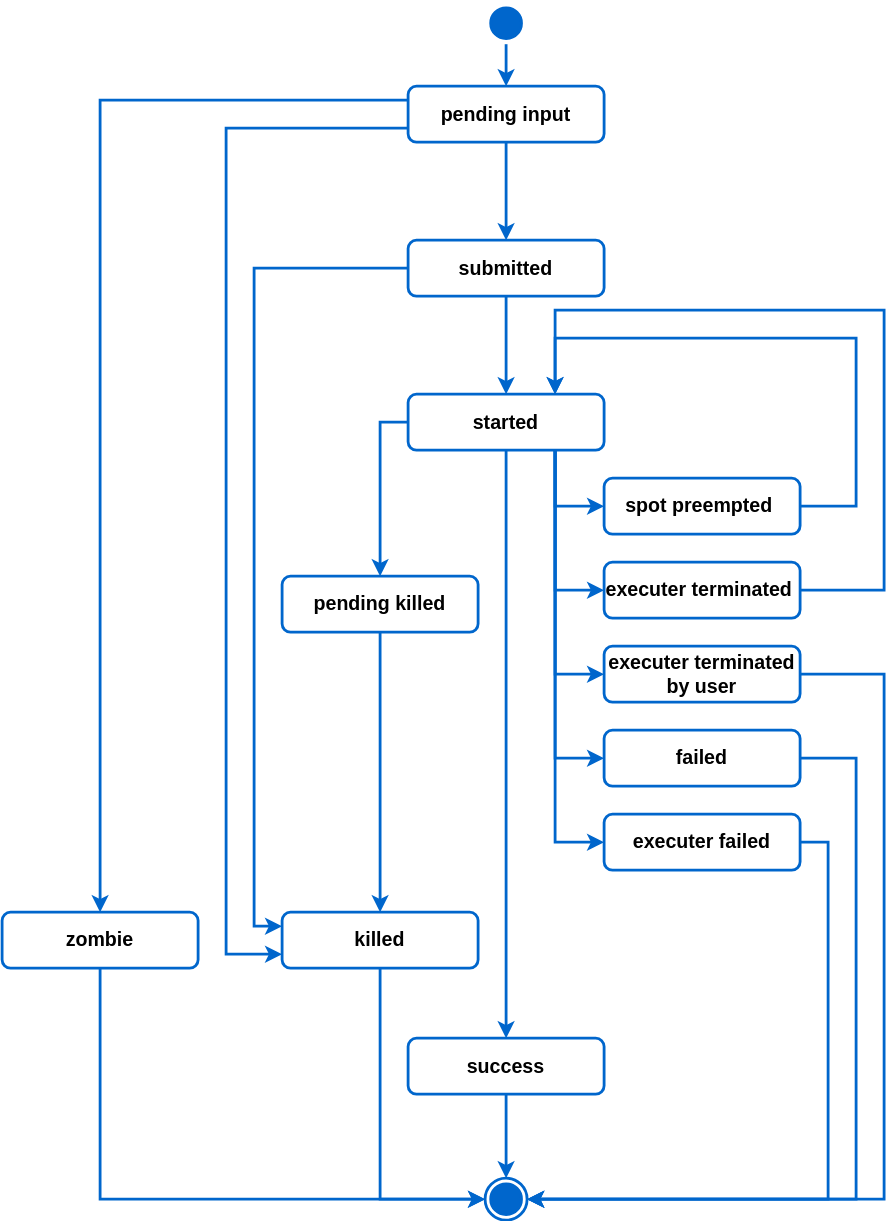
inductiva/inductiva keeps this draw.io diagram as docs/_static/task_state.svg. Above is the earlier version. Source tidied: cells renumbered, new cells last; positions are measured from the earlier drawing's top-left corner, leaving out a move shared by most shapes.
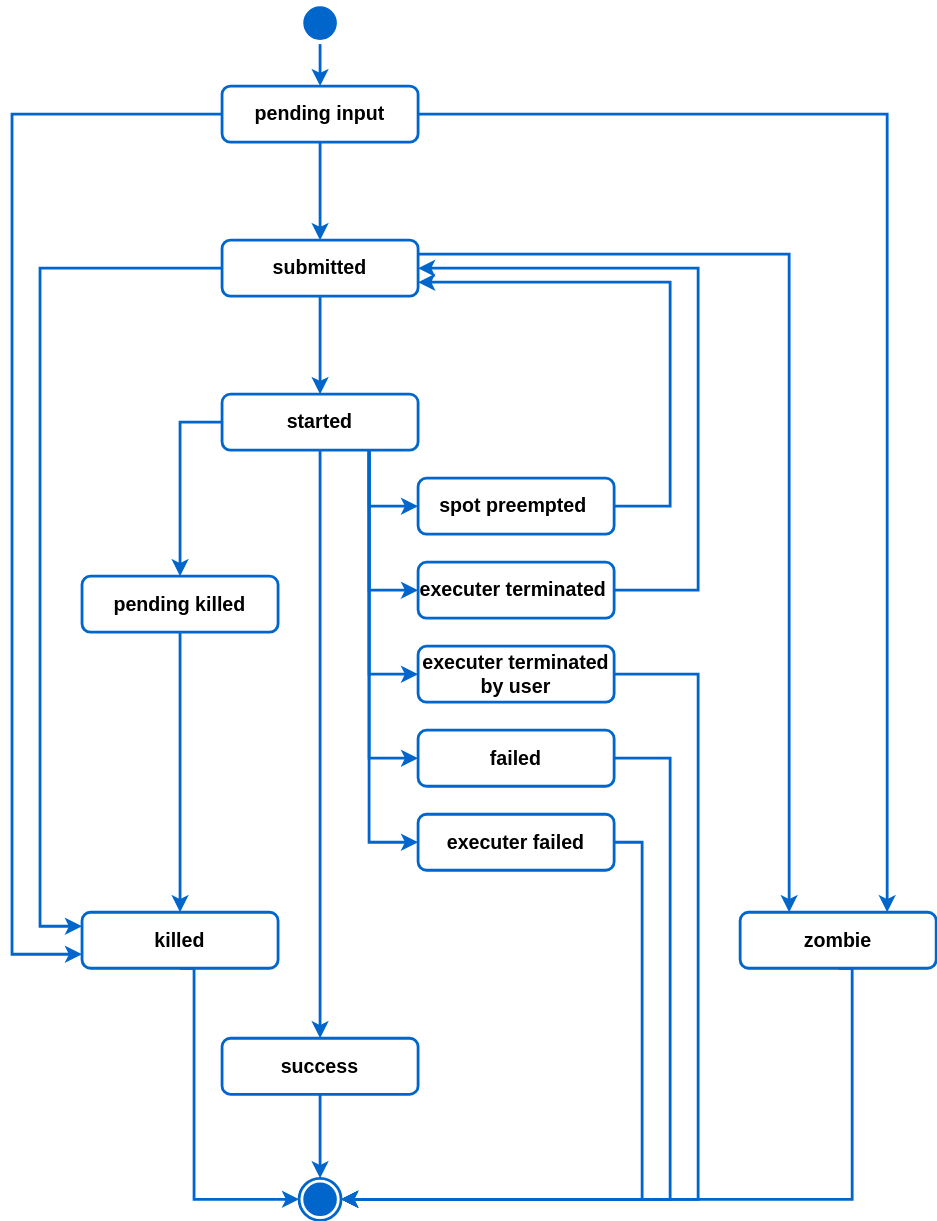
After the commit.

Commit message:
Describe Task states

What changed in the source:
```diff
@@ -2,27 +2,27 @@
   <root>
     <mxCell id="0" />
     <mxCell id="1" parent="0" />
-    <mxCell id="2" style="edgeStyle=orthogonalEdgeStyle;rounded=0;jettySize=auto;html=1;exitX=0.5;exitY=1;exitDx=0;exitDy=0;entryX=0.5;entryY=0;entryDx=0;entryDy=0;strokeColor=#0066CC;strokeWidth=2;" parent="1" edge="1" source="3" target="7">
-      <mxGeometry relative="1" as="geometry" />
-    </mxCell>
-    <mxCell id="3" style="ellipse;html=1;shape=startState;strokeColor=#0066CC;fillColor=#0066CC;strokeWidth=2;" parent="1" vertex="1">
-      <mxGeometry x="345" width="30" height="30" as="geometry" />
-    </mxCell>
+    <mxCell id="38" style="edgeStyle=orthogonalEdgeStyle;rounded=0;jettySize=auto;html=1;exitX=0.5;exitY=1;exitDx=0;exitDy=0;entryX=0.5;entryY=0;entryDx=0;entryDy=0;strokeColor=#0066CC;strokeWidth=2;" parent="1" edge="1" source="39" target="7">
+      <mxGeometry relative="1" as="geometry" />
+    </mxCell>
+    <mxCell id="39" style="ellipse;html=1;shape=startState;strokeColor=#0066CC;fillColor=#0066CC;strokeWidth=2;" parent="1" vertex="1">
+      <mxGeometry x="345" width="30" height="30" as="geometry" />
+    </mxCell>
     <mxCell id="4" style="edgeStyle=orthogonalEdgeStyle;rounded=0;jettySize=auto;html=1;strokeColor=#0066CC;strokeWidth=2;" parent="1" edge="1" source="7" target="10">
       <mxGeometry relative="1" as="geometry" />
     </mxCell>
-    <mxCell id="5" style="edgeStyle=orthogonalEdgeStyle;rounded=0;jettySize=auto;html=1;exitX=0;exitY=0.75;exitDx=0;exitDy=0;entryX=0;entryY=0.75;entryDx=0;entryDy=0;strokeColor=#0066CC;strokeWidth=2;" parent="1" edge="1" source="7" target="12">
+    <mxCell id="5" style="edgeStyle=orthogonalEdgeStyle;rounded=0;jettySize=auto;html=1;exitX=0;exitY=0.5;exitDx=0;exitDy=0;entryX=0;entryY=0.75;entryDx=0;entryDy=0;strokeColor=#0066CC;strokeWidth=2;" parent="1" edge="1" source="7" target="12">
       <mxGeometry relative="1" as="geometry">
         <Array as="points">
-          <mxPoint x="160" y="90" />
-          <mxPoint x="160" y="680" />
+          <mxPoint x="140" y="80" />
+          <mxPoint x="140" y="680" />
         </Array>
       </mxGeometry>
     </mxCell>
-    <mxCell id="6" style="edgeStyle=orthogonalEdgeStyle;rounded=0;jettySize=auto;html=1;exitX=0;exitY=0.25;exitDx=0;exitDy=0;strokeColor=#0066CC;strokeWidth=2;" parent="1" edge="1" source="7" target="14">
+    <mxCell id="6" style="edgeStyle=orthogonalEdgeStyle;rounded=0;jettySize=auto;html=1;exitX=1;exitY=0.5;exitDx=0;exitDy=0;strokeColor=#0066CC;strokeWidth=2;entryX=0.75;entryY=0;entryDx=0;entryDy=0;" parent="1" edge="1" source="7" target="14">
       <mxGeometry relative="1" as="geometry">
         <Array as="points">
-          <mxPoint x="70" y="70" />
+          <mxPoint x="765" y="80" />
         </Array>
       </mxGeometry>
     </mxCell>
@@ -32,36 +32,39 @@
     <mxCell id="8" style="edgeStyle=orthogonalEdgeStyle;rounded=0;jettySize=auto;html=1;entryX=0;entryY=0.25;entryDx=0;entryDy=0;exitX=0;exitY=0.5;exitDx=0;exitDy=0;strokeColor=#0066CC;strokeWidth=2;" parent="1" edge="1" source="10" target="12">
       <mxGeometry relative="1" as="geometry">
         <Array as="points">
-          <mxPoint x="180" y="190" />
-          <mxPoint x="180" y="660" />
+          <mxPoint x="160" y="190" />
+          <mxPoint x="160" y="660" />
         </Array>
       </mxGeometry>
     </mxCell>
     <mxCell id="9" style="edgeStyle=orthogonalEdgeStyle;rounded=0;jettySize=auto;html=1;strokeColor=#0066CC;strokeWidth=2;" parent="1" edge="1" source="10" target="22">
       <mxGeometry relative="1" as="geometry" />
     </mxCell>
+    <mxCell id="40" style="edgeStyle=orthogonalEdgeStyle;rounded=0;jettySize=auto;html=1;exitX=1;exitY=0.25;exitDx=0;exitDy=0;entryX=0.25;entryY=0;entryDx=0;entryDy=0;strokeWidth=2;strokeColor=#0066CC;" parent="1" edge="1" source="10" target="14">
+      <mxGeometry relative="1" as="geometry" />
+    </mxCell>
     <mxCell id="10" value="&lt;font style=&quot;font-size: 14px;&quot; face=&quot;Helvetica&quot;&gt;submitted&lt;/font&gt;" style="rounded=1;whiteSpace=wrap;html=1;strokeWidth=2;strokeColor=#0066CC;fontColor=#000000;fontStyle=1;" parent="1" vertex="1">
       <mxGeometry x="290" y="170" width="140" height="40" as="geometry" />
     </mxCell>
-    <mxCell id="11" style="edgeStyle=orthogonalEdgeStyle;rounded=0;jettySize=auto;html=1;exitX=0.5;exitY=1;exitDx=0;exitDy=0;entryX=0;entryY=0.5;entryDx=0;entryDy=0;strokeColor=#0066CC;strokeWidth=2;" parent="1" edge="1" source="12" target="37">
-      <mxGeometry relative="1" as="geometry">
-        <Array as="points">
-          <mxPoint x="270" y="855" />
-        </Array>
-      </mxGeometry>
-    </mxCell>
+    <mxCell id="41" style="edgeStyle=orthogonalEdgeStyle;rounded=0;jettySize=auto;html=1;exitX=0.5;exitY=1;exitDx=0;exitDy=0;entryX=0;entryY=0.5;entryDx=0;entryDy=0;strokeColor=#0066CC;strokeWidth=2;" parent="1" edge="1" source="12" target="49">
+      <mxGeometry relative="1" as="geometry">
+        <Array as="points">
+          <mxPoint x="270" y="855" />
+        </Array>
+      </mxGeometry>
+    </mxCell>
     <mxCell id="12" value="&lt;font style=&quot;font-size: 14px;&quot; face=&quot;Helvetica&quot;&gt;killed&lt;/font&gt;" style="rounded=1;whiteSpace=wrap;html=1;strokeWidth=2;strokeColor=#0066CC;fontColor=#000000;fontStyle=1;" parent="1" vertex="1">
-      <mxGeometry x="200" y="650" width="140" height="40" as="geometry" />
+      <mxGeometry x="190" y="650" width="140" height="40" as="geometry" />
     </mxCell>
-    <mxCell id="13" style="edgeStyle=orthogonalEdgeStyle;rounded=0;jettySize=auto;html=1;exitX=0.5;exitY=1;exitDx=0;exitDy=0;entryX=0;entryY=0.5;entryDx=0;entryDy=0;strokeColor=#0066CC;strokeWidth=2;" parent="1" edge="1" source="14" target="37">
-      <mxGeometry relative="1" as="geometry">
-        <Array as="points">
-          <mxPoint x="70" y="855" />
-        </Array>
-      </mxGeometry>
-    </mxCell>
+    <mxCell id="42" style="edgeStyle=orthogonalEdgeStyle;rounded=0;jettySize=auto;html=1;exitX=0.5;exitY=1;exitDx=0;exitDy=0;entryX=1;entryY=0.5;entryDx=0;entryDy=0;strokeColor=#0066CC;strokeWidth=2;" parent="1" edge="1" source="14" target="49">
+      <mxGeometry relative="1" as="geometry">
+        <Array as="points">
+          <mxPoint x="740" y="855" />
+        </Array>
+      </mxGeometry>
+    </mxCell>
     <mxCell id="14" value="&lt;font style=&quot;font-size: 14px;&quot; face=&quot;Helvetica&quot;&gt;zombie&lt;/font&gt;" style="rounded=1;whiteSpace=wrap;html=1;strokeWidth=2;strokeColor=#0066CC;fontColor=#000000;fontStyle=1;" parent="1" vertex="1">
-      <mxGeometry y="650" width="140" height="40" as="geometry" />
+      <mxGeometry x="660" y="650" width="140" height="40" as="geometry" />
     </mxCell>
     <mxCell id="15" style="edgeStyle=orthogonalEdgeStyle;rounded=0;jettySize=auto;html=1;exitX=0;exitY=0.5;exitDx=0;exitDy=0;strokeColor=#0066CC;strokeWidth=2;" parent="1" edge="1" source="22" target="30">
       <mxGeometry relative="1" as="geometry" />
@@ -87,36 +90,36 @@
     <mxCell id="22" value="&lt;font style=&quot;font-size: 14px;&quot; face=&quot;Helvetica&quot;&gt;started&lt;/font&gt;" style="rounded=1;whiteSpace=wrap;html=1;strokeWidth=2;strokeColor=#0066CC;fontColor=#000000;fontStyle=1;" parent="1" vertex="1">
       <mxGeometry x="290" y="280" width="140" height="40" as="geometry" />
     </mxCell>
-    <mxCell id="23" style="edgeStyle=orthogonalEdgeStyle;rounded=0;jettySize=auto;html=1;exitX=1;exitY=0.5;exitDx=0;exitDy=0;entryX=1;entryY=0.5;entryDx=0;entryDy=0;strokeColor=#0066CC;strokeWidth=2;" parent="1" edge="1" source="24" target="37">
-      <mxGeometry relative="1" as="geometry">
-        <Array as="points">
-          <mxPoint x="630" y="480" />
-          <mxPoint x="630" y="855" />
-        </Array>
-      </mxGeometry>
-    </mxCell>
+    <mxCell id="43" style="edgeStyle=orthogonalEdgeStyle;rounded=0;jettySize=auto;html=1;exitX=1;exitY=0.5;exitDx=0;exitDy=0;entryX=1;entryY=0.5;entryDx=0;entryDy=0;strokeColor=#0066CC;strokeWidth=2;" parent="1" edge="1" source="24" target="49">
+      <mxGeometry relative="1" as="geometry">
+        <Array as="points">
+          <mxPoint x="630" y="480" />
+          <mxPoint x="630" y="855" />
+        </Array>
+      </mxGeometry>
+    </mxCell>
     <mxCell id="24" value="&lt;font style=&quot;font-size: 14px;&quot; face=&quot;Helvetica&quot;&gt;executer terminated by user&lt;/font&gt;" style="rounded=1;whiteSpace=wrap;html=1;strokeWidth=2;strokeColor=#0066CC;fontColor=#000000;fontStyle=1;" parent="1" vertex="1">
       <mxGeometry x="430" y="460" width="140" height="40" as="geometry" />
     </mxCell>
-    <mxCell id="25" style="edgeStyle=orthogonalEdgeStyle;rounded=0;jettySize=auto;html=1;exitX=1;exitY=0.5;exitDx=0;exitDy=0;entryX=1;entryY=0.5;entryDx=0;entryDy=0;strokeColor=#0066CC;strokeWidth=2;" parent="1" edge="1" source="26" target="37">
-      <mxGeometry relative="1" as="geometry">
-        <Array as="points">
-          <mxPoint x="590" y="600" />
-          <mxPoint x="590" y="855" />
-        </Array>
-      </mxGeometry>
-    </mxCell>
+    <mxCell id="44" style="edgeStyle=orthogonalEdgeStyle;rounded=0;jettySize=auto;html=1;exitX=1;exitY=0.5;exitDx=0;exitDy=0;entryX=1;entryY=0.5;entryDx=0;entryDy=0;strokeColor=#0066CC;strokeWidth=2;" parent="1" edge="1" source="26" target="49">
+      <mxGeometry relative="1" as="geometry">
+        <Array as="points">
+          <mxPoint x="590" y="600" />
+          <mxPoint x="590" y="855" />
+        </Array>
+      </mxGeometry>
+    </mxCell>
     <mxCell id="26" value="&lt;font style=&quot;font-size: 14px;&quot; face=&quot;Helvetica&quot;&gt;executer failed&lt;/font&gt;" style="rounded=1;whiteSpace=wrap;html=1;strokeWidth=2;strokeColor=#0066CC;fontColor=#000000;fontStyle=1;" parent="1" vertex="1">
       <mxGeometry x="430" y="580" width="140" height="40" as="geometry" />
     </mxCell>
-    <mxCell id="27" style="edgeStyle=orthogonalEdgeStyle;rounded=0;jettySize=auto;html=1;exitX=1;exitY=0.5;exitDx=0;exitDy=0;entryX=1;entryY=0.5;entryDx=0;entryDy=0;strokeColor=#0066CC;strokeWidth=2;" parent="1" edge="1" source="28" target="37">
-      <mxGeometry relative="1" as="geometry">
-        <Array as="points">
-          <mxPoint x="610" y="540" />
-          <mxPoint x="610" y="855" />
-        </Array>
-      </mxGeometry>
-    </mxCell>
+    <mxCell id="45" style="edgeStyle=orthogonalEdgeStyle;rounded=0;jettySize=auto;html=1;exitX=1;exitY=0.5;exitDx=0;exitDy=0;entryX=1;entryY=0.5;entryDx=0;entryDy=0;strokeColor=#0066CC;strokeWidth=2;" parent="1" edge="1" source="28" target="49">
+      <mxGeometry relative="1" as="geometry">
+        <Array as="points">
+          <mxPoint x="610" y="540" />
+          <mxPoint x="610" y="855" />
+        </Array>
+      </mxGeometry>
+    </mxCell>
     <mxCell id="28" value="&lt;font style=&quot;font-size: 14px;&quot; face=&quot;Helvetica&quot;&gt;failed&lt;/font&gt;" style="rounded=1;whiteSpace=wrap;html=1;strokeWidth=2;strokeColor=#0066CC;fontColor=#000000;fontStyle=1;" parent="1" vertex="1">
       <mxGeometry x="430" y="520" width="140" height="40" as="geometry" />
     </mxCell>
@@ -124,40 +127,38 @@
       <mxGeometry relative="1" as="geometry" />
     </mxCell>
     <mxCell id="30" value="&lt;font style=&quot;font-size: 14px;&quot; face=&quot;Helvetica&quot;&gt;pending killed&lt;/font&gt;" style="rounded=1;whiteSpace=wrap;html=1;strokeWidth=2;strokeColor=#0066CC;fontColor=#000000;fontStyle=1;" parent="1" vertex="1">
-      <mxGeometry x="200" y="410" width="140" height="40" as="geometry" />
+      <mxGeometry x="190" y="410" width="140" height="40" as="geometry" />
     </mxCell>
-    <mxCell id="31" style="edgeStyle=orthogonalEdgeStyle;rounded=0;jettySize=auto;html=1;exitX=0.5;exitY=1;exitDx=0;exitDy=0;strokeColor=#0066CC;strokeWidth=2;" parent="1" edge="1" source="32" target="37">
-      <mxGeometry relative="1" as="geometry" />
-    </mxCell>
+    <mxCell id="46" style="edgeStyle=orthogonalEdgeStyle;rounded=0;jettySize=auto;html=1;exitX=0.5;exitY=1;exitDx=0;exitDy=0;strokeColor=#0066CC;strokeWidth=2;" parent="1" edge="1" source="32" target="49">
+      <mxGeometry relative="1" as="geometry" />
+    </mxCell>
     <mxCell id="32" value="&lt;font style=&quot;font-size: 14px;&quot; face=&quot;Helvetica&quot;&gt;success&lt;br&gt;&lt;/font&gt;" style="rounded=1;whiteSpace=wrap;html=1;strokeWidth=2;strokeColor=#0066CC;fontColor=#000000;fontStyle=1;" parent="1" vertex="1">
       <mxGeometry x="290" y="740" width="140" height="40" as="geometry" />
     </mxCell>
-    <mxCell id="33" style="edgeStyle=orthogonalEdgeStyle;rounded=0;jettySize=auto;html=1;exitX=1;exitY=0.5;exitDx=0;exitDy=0;entryX=0.75;entryY=0;entryDx=0;entryDy=0;strokeColor=#0066CC;strokeWidth=2;" parent="1" edge="1" source="34" target="22">
-      <mxGeometry relative="1" as="geometry">
-        <Array as="points">
-          <mxPoint x="630" y="420" />
-          <mxPoint x="630" y="220" />
-          <mxPoint x="395" y="220" />
-        </Array>
-      </mxGeometry>
-    </mxCell>
+    <mxCell id="47" style="edgeStyle=orthogonalEdgeStyle;rounded=0;jettySize=auto;html=1;exitX=1;exitY=0.5;exitDx=0;exitDy=0;entryX=1;entryY=0.5;entryDx=0;entryDy=0;strokeColor=#0066CC;strokeWidth=2;" parent="1" edge="1" source="34" target="10">
+      <mxGeometry relative="1" as="geometry">
+        <Array as="points">
+          <mxPoint x="630" y="420" />
+          <mxPoint x="630" y="190" />
+        </Array>
+      </mxGeometry>
+    </mxCell>
     <mxCell id="34" value="&lt;font style=&quot;font-size: 14px;&quot; face=&quot;Helvetica&quot;&gt;executer terminated&amp;nbsp;&lt;/font&gt;" style="rounded=1;whiteSpace=wrap;html=1;strokeWidth=2;strokeColor=#0066CC;fontColor=#000000;fontStyle=1;" parent="1" vertex="1">
       <mxGeometry x="430" y="400" width="140" height="40" as="geometry" />
     </mxCell>
-    <mxCell id="35" style="edgeStyle=orthogonalEdgeStyle;rounded=0;jettySize=auto;html=1;exitX=1;exitY=0.5;exitDx=0;exitDy=0;entryX=0.75;entryY=0;entryDx=0;entryDy=0;strokeColor=#0066CC;strokeWidth=2;" parent="1" edge="1" source="36" target="22">
-      <mxGeometry relative="1" as="geometry">
-        <Array as="points">
-          <mxPoint x="610" y="360" />
-          <mxPoint x="610" y="240" />
-          <mxPoint x="395" y="240" />
-        </Array>
-      </mxGeometry>
-    </mxCell>
+    <mxCell id="48" style="edgeStyle=orthogonalEdgeStyle;rounded=0;jettySize=auto;html=1;exitX=1;exitY=0.5;exitDx=0;exitDy=0;entryX=1;entryY=0.75;entryDx=0;entryDy=0;strokeColor=#0066CC;strokeWidth=2;" parent="1" edge="1" source="36" target="10">
+      <mxGeometry relative="1" as="geometry">
+        <Array as="points">
+          <mxPoint x="610" y="360" />
+          <mxPoint x="610" y="200" />
+        </Array>
+      </mxGeometry>
+    </mxCell>
     <mxCell id="36" value="&lt;font style=&quot;font-size: 14px;&quot; face=&quot;Helvetica&quot;&gt;spot preempted&amp;nbsp;&lt;/font&gt;" style="rounded=1;whiteSpace=wrap;html=1;strokeWidth=2;strokeColor=#0066CC;fontColor=#000000;fontStyle=1;" parent="1" vertex="1">
       <mxGeometry x="430" y="340" width="140" height="40" as="geometry" />
     </mxCell>
-    <mxCell id="37" style="ellipse;html=1;shape=endState;fillColor=#0066CC;strokeColor=#0066CC;strokeWidth=2;" parent="1" vertex="1">
-      <mxGeometry x="345" y="840" width="30" height="30" as="geometry" />
-    </mxCell>
+    <mxCell id="49" style="ellipse;html=1;shape=endState;fillColor=#0066CC;strokeColor=#0066CC;strokeWidth=2;" parent="1" vertex="1">
+      <mxGeometry x="345" y="840" width="30" height="30" as="geometry" />
+    </mxCell>
   </root>
 </mxGraphModel>
```
